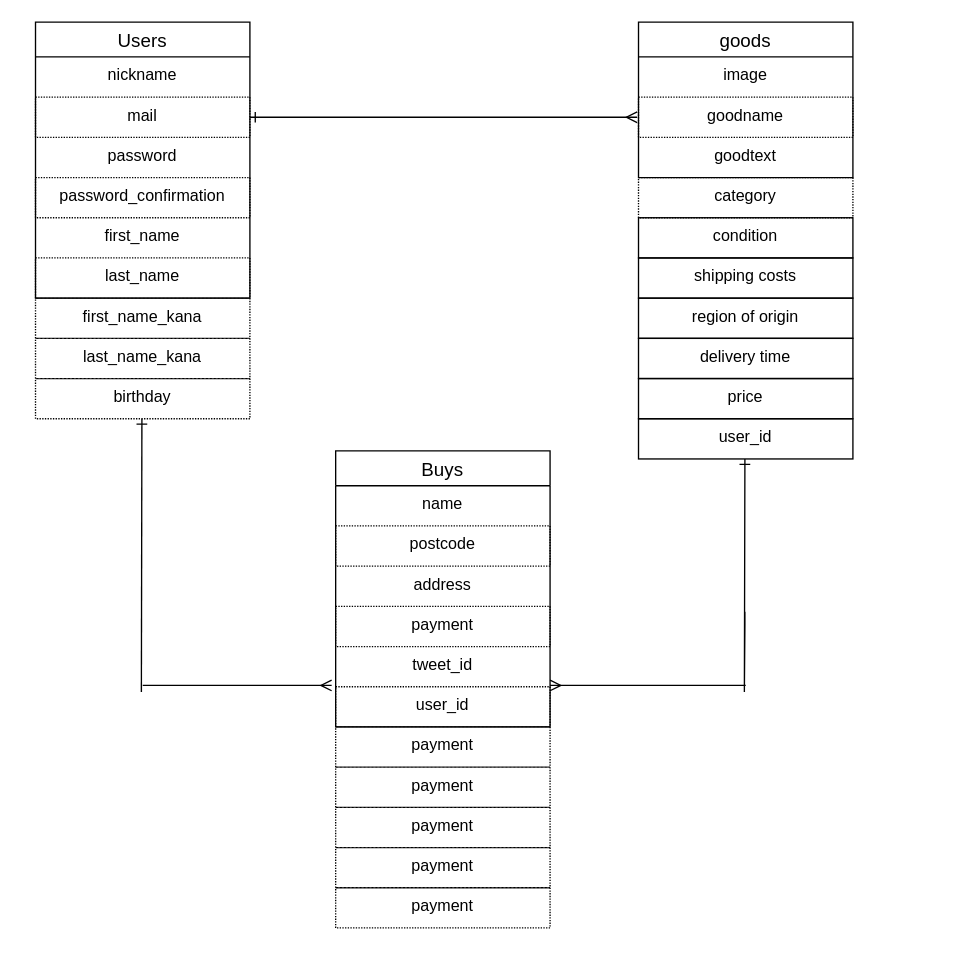
The draw.io diagram er.dio in henataso/furima-41635, before the edit. Source tidied: cells renumbered, new cells numbered last; positions are measured from the earlier drawing's top-left corner, leaving out a move shared by most shapes. Both pictures are drawn from the tidied source at 134%, with x=0, y=0 at pixel (35, 21).
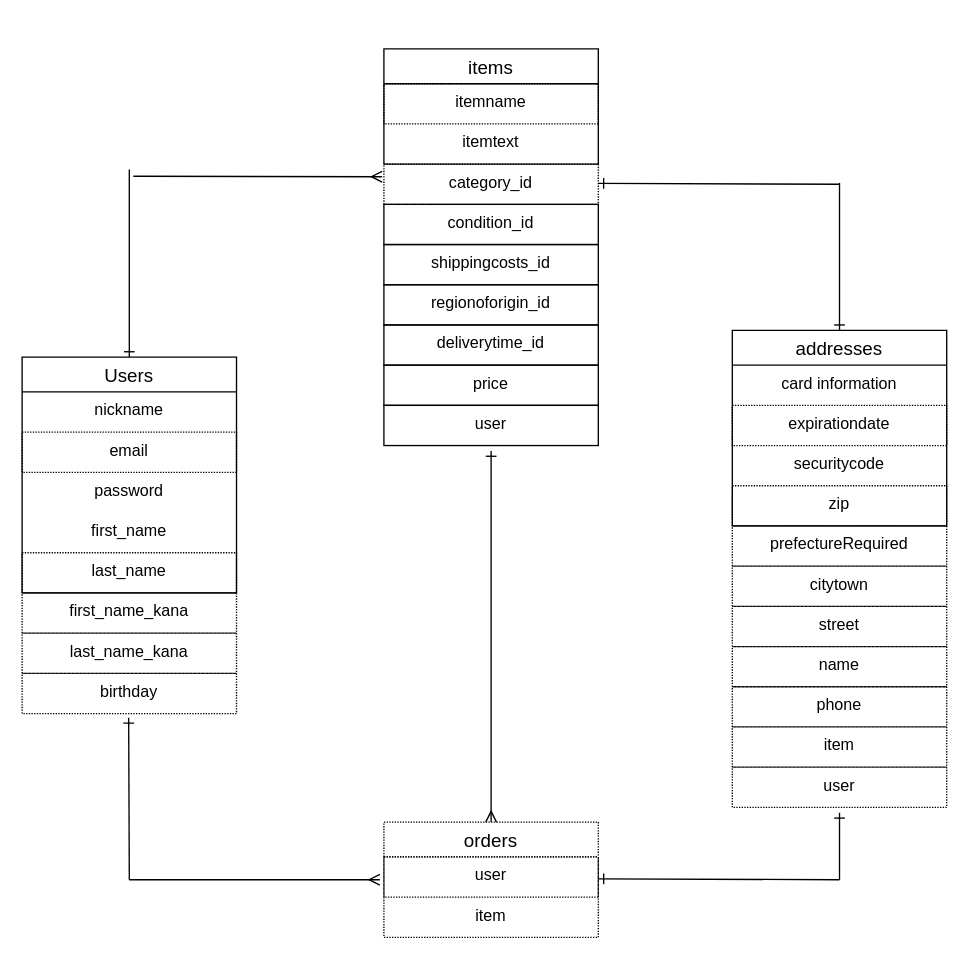
The same page after the edit.

The edit, as a diff of the source:
```diff
@@
-    <mxCell id="2" value="goods" style="swimlane;fontStyle=0;horizontal=1;startSize=26;align=center;fontSize=14;" parent="1" vertex="1">
-      <mxGeometry x="450" width="160" height="116" as="geometry" />
+    <mxCell id="2" value="items" style="swimlane;fontStyle=0;horizontal=1;startSize=26;align=center;fontSize=14;" parent="1" vertex="1">
+      <mxGeometry x="260" y="20" width="160" height="86" as="geometry" />
     </mxCell>
-    <mxCell id="3" value="image" style="text;strokeColor=none;fillColor=none;spacingLeft=4;spacingRight=4;overflow=hidden;fontSize=12;align=center;dashed=1;dashPattern=1 1;" parent="2" vertex="1">
-      <mxGeometry y="26" width="160" height="30" as="geometry" />
-    </mxCell>
-    <mxCell id="4" value="goodname" style="text;strokeColor=default;fillColor=none;spacingLeft=4;spacingRight=4;overflow=hidden;points=[[0,0.5],[1,0.5]];portConstraint=eastwest;fontSize=12;align=center;perimeterSpacing=1;dashed=1;dashPattern=1 1;" parent="2" vertex="1">
-      <mxGeometry y="56" width="160" height="30" as="geometry" />
+    <mxCell id="4" value="itemname" style="text;strokeColor=default;fillColor=none;spacingLeft=4;spacingRight=4;overflow=hidden;points=[[0,0.5],[1,0.5]];portConstraint=eastwest;fontSize=12;align=center;perimeterSpacing=1;dashed=1;dashPattern=1 1;" parent="2" vertex="1">
+      <mxGeometry y="26" width="160" height="30" as="geometry" />
     </mxCell>
-    <mxCell id="5" value="goodtext" style="text;strokeColor=none;fillColor=none;spacingLeft=4;spacingRight=4;overflow=hidden;fontSize=12;align=center;" parent="2" vertex="1">
-      <mxGeometry y="86" width="160" height="30" as="geometry" />
+    <mxCell id="5" value="itemtext" style="text;strokeColor=none;fillColor=none;spacingLeft=4;spacingRight=4;overflow=hidden;fontSize=12;align=center;" parent="2" vertex="1">
+      <mxGeometry y="56" width="160" height="30" as="geometry" />
     </mxCell>
-    <mxCell id="6" value="Buys" style="swimlane;fontStyle=0;horizontal=1;startSize=26;align=center;fontSize=14;" parent="1" vertex="1">
-      <mxGeometry x="224" y="320" width="160" height="206" as="geometry" />
+    <mxCell id="6" value="addresses" style="swimlane;fontStyle=0;horizontal=1;startSize=26;align=center;fontSize=14;" parent="1" vertex="1">
+      <mxGeometry x="520" y="230" width="160" height="146" as="geometry" />
     </mxCell>
-    <mxCell id="7" value="name" style="text;strokeColor=none;fillColor=none;spacingLeft=4;spacingRight=4;overflow=hidden;fontSize=12;align=center;" parent="6" vertex="1">
+    <mxCell id="7" value="card information" style="text;strokeColor=none;fillColor=none;spacingLeft=4;spacingRight=4;overflow=hidden;fontSize=12;align=center;" parent="6" vertex="1">
       <mxGeometry y="26" width="160" height="30" as="geometry" />
     </mxCell>
-    <mxCell id="8" style="endArrow=ERmany;html=1;rounded=0;entryX=-0.019;entryY=0.133;entryDx=0;entryDy=0;entryPerimeter=0;endFill=0;" parent="6" edge="1">
-      <mxGeometry relative="1" as="geometry">
-        <mxPoint x="-144" y="175" as="sourcePoint" />
-        <mxPoint x="-3" y="175" as="targetPoint" />
-      </mxGeometry>
-    </mxCell>
-    <mxCell id="9" value="postcode" style="text;strokeColor=default;fillColor=none;spacingLeft=4;spacingRight=4;overflow=hidden;fontSize=12;align=center;dashed=1;dashPattern=1 1;" parent="6" vertex="1">
+    <mxCell id="9" value="expirationdate" style="text;strokeColor=default;fillColor=none;spacingLeft=4;spacingRight=4;overflow=hidden;fontSize=12;align=center;dashed=1;dashPattern=1 1;" parent="6" vertex="1">
       <mxGeometry y="56" width="160" height="30" as="geometry" />
     </mxCell>
-    <mxCell id="10" value="address" style="text;strokeColor=none;fillColor=none;spacingLeft=4;spacingRight=4;overflow=hidden;fontSize=12;align=center;" parent="6" vertex="1">
+    <mxCell id="10" value="securitycode" style="text;strokeColor=none;fillColor=none;spacingLeft=4;spacingRight=4;overflow=hidden;fontSize=12;align=center;" parent="6" vertex="1">
       <mxGeometry y="86" width="160" height="30" as="geometry" />
     </mxCell>
-    <mxCell id="11" value="payment" style="text;strokeColor=default;fillColor=none;spacingLeft=4;spacingRight=4;overflow=hidden;fontSize=12;align=center;dashed=1;dashPattern=1 1;" parent="6" vertex="1">
+    <mxCell id="11" value="zip" style="text;strokeColor=default;fillColor=none;spacingLeft=4;spacingRight=4;overflow=hidden;fontSize=12;align=center;dashed=1;dashPattern=1 1;" parent="6" vertex="1">
       <mxGeometry y="116" width="160" height="30" as="geometry" />
     </mxCell>
-    <mxCell id="12" value="tweet_id" style="text;strokeColor=none;fillColor=none;spacingLeft=4;spacingRight=4;overflow=hidden;fontSize=12;align=center;dashed=1;dashPattern=1 1;" parent="6" vertex="1">
-      <mxGeometry y="146" width="160" height="30" as="geometry" />
-    </mxCell>
-    <mxCell id="13" value="user_id" style="text;strokeColor=default;fillColor=none;spacingLeft=4;spacingRight=4;overflow=hidden;fontSize=12;align=center;dashed=1;dashPattern=1 1;" parent="6" vertex="1">
-      <mxGeometry y="176" width="160" height="30" as="geometry" />
-    </mxCell>
-    <mxCell id="14" style="edgeStyle=none;html=1;exitX=0.5;exitY=1;exitDx=0;exitDy=0;endArrow=none;endFill=0;startArrow=ERone;startFill=0;" parent="1" edge="1">
+    <mxCell id="14" style="edgeStyle=none;html=1;exitX=0.497;exitY=1.104;exitDx=0;exitDy=0;endArrow=none;endFill=0;startArrow=ERone;startFill=0;exitPerimeter=0;" parent="1" edge="1" source="27">
       <mxGeometry relative="1" as="geometry">
-        <mxPoint x="79.4" y="296" as="sourcePoint" />
-        <mxPoint x="79" y="500" as="targetPoint" />
+        <mxPoint x="70" y="640" as="targetPoint" />
       </mxGeometry>
     </mxCell>
-    <mxCell id="15" style="endArrow=none;html=1;rounded=0;startArrow=ERone;startFill=0;" parent="1" edge="1">
-      <mxGeometry relative="1" as="geometry">
-        <mxPoint x="529.4" y="326" as="sourcePoint" />
-        <mxPoint x="529.4" y="440" as="targetPoint" />
-        <Array as="points">
-          <mxPoint x="529" y="500" />
-          <mxPoint x="529.4" y="450" />
-        </Array>
-      </mxGeometry>
-    </mxCell>
-    <mxCell id="16" style="endArrow=ERmany;html=1;rounded=0;entryX=0;entryY=0.5;entryDx=0;entryDy=0;startArrow=ERone;startFill=0;endFill=0;exitX=1;exitY=0.5;exitDx=0;exitDy=0;" parent="1" edge="1" source="20" target="4">
-      <mxGeometry relative="1" as="geometry" />
+    <mxCell id="16" style="endArrow=ERmany;html=1;rounded=0;startArrow=none;startFill=0;endFill=0;entryX=-0.027;entryY=-0.021;entryDx=0;entryDy=0;entryPerimeter=0;" parent="1" edge="1">
+      <mxGeometry relative="1" as="geometry">
+        <mxPoint x="73" y="115" as="sourcePoint" />
+        <mxPoint x="258.7" y="115.4" as="targetPoint" />
+      </mxGeometry>
     </mxCell>
-    <mxCell id="17" style="endArrow=none;html=1;rounded=0;startArrow=ERmany;startFill=0;" parent="1" edge="1">
+    <mxCell id="17" style="endArrow=none;html=1;rounded=0;startArrow=ERone;startFill=0;" parent="1" edge="1">
       <mxGeometry relative="1" as="geometry">
-        <mxPoint x="384" y="495" as="sourcePoint" />
-        <mxPoint x="530" y="495" as="targetPoint" />
+        <mxPoint x="420" y="639.4" as="sourcePoint" />
+        <mxPoint x="600" y="640" as="targetPoint" />
       </mxGeometry>
     </mxCell>
     <mxCell id="18" value="Users" style="swimlane;fontStyle=0;horizontal=1;startSize=26;align=center;fontSize=14;" parent="1" vertex="1">
-      <mxGeometry width="160" height="206" as="geometry" />
+      <mxGeometry x="-10" y="250" width="160" height="176" as="geometry" />
     </mxCell>
@@
-    <mxCell id="20" value="mail" style="text;strokeColor=default;fillColor=none;spacingLeft=4;spacingRight=4;overflow=hidden;points=[[0,0.5],[1,0.5]];portConstraint=eastwest;fontSize=12;align=center;dashed=1;dashPattern=1 1;" parent="18" vertex="1">
+    <mxCell id="20" value="email" style="text;strokeColor=default;fillColor=none;spacingLeft=4;spacingRight=4;overflow=hidden;points=[[0,0.5],[1,0.5]];portConstraint=eastwest;fontSize=12;align=center;dashed=1;dashPattern=1 1;" parent="18" vertex="1">
       <mxGeometry y="56" width="160" height="30" as="geometry" />
     </mxCell>
@@
-    <mxCell id="22" value="password_confirmation" style="text;strokeColor=default;fillColor=none;spacingLeft=4;spacingRight=4;overflow=hidden;fontSize=12;align=center;dashed=1;dashPattern=1 1;" parent="18" vertex="1">
-      <mxGeometry y="116" width="160" height="30" as="geometry" />
-    </mxCell>
     <mxCell id="23" value="first_name" style="text;strokeColor=none;fillColor=none;spacingLeft=4;spacingRight=4;overflow=hidden;fontSize=12;align=center;dashed=1;dashPattern=1 1;" parent="18" vertex="1">
-      <mxGeometry y="146" width="160" height="30" as="geometry" />
+      <mxGeometry y="116" width="160" height="30" as="geometry" />
     </mxCell>
     <mxCell id="24" value="last_name" style="text;strokeColor=default;fillColor=none;spacingLeft=4;spacingRight=4;overflow=hidden;fontSize=12;align=center;dashed=1;dashPattern=1 1;" parent="18" vertex="1">
-      <mxGeometry y="176" width="160" height="30" as="geometry" />
+      <mxGeometry y="146" width="160" height="30" as="geometry" />
     </mxCell>
     <mxCell id="25" value="first_name_kana" style="text;strokeColor=default;fillColor=none;spacingLeft=4;spacingRight=4;overflow=hidden;fontSize=12;align=center;dashed=1;dashPattern=1 1;" parent="1" vertex="1">
-      <mxGeometry y="206" width="160" height="30" as="geometry" />
+      <mxGeometry x="-10" y="426" width="160" height="30" as="geometry" />
     </mxCell>
     <mxCell id="26" value="last_name_kana" style="text;strokeColor=default;fillColor=none;spacingLeft=4;spacingRight=4;overflow=hidden;fontSize=12;align=center;dashed=1;dashPattern=1 1;" parent="1" vertex="1">
-      <mxGeometry y="236" width="160" height="30" as="geometry" />
+      <mxGeometry x="-10" y="456" width="160" height="30" as="geometry" />
     </mxCell>
     <mxCell id="27" value="birthday" style="text;strokeColor=default;fillColor=none;spacingLeft=4;spacingRight=4;overflow=hidden;points=[[0,0.5],[1,0.5]];portConstraint=eastwest;fontSize=12;align=center;dashed=1;dashPattern=1 1;" parent="1" vertex="1">
-      <mxGeometry y="266" width="160" height="30" as="geometry" />
+      <mxGeometry x="-10" y="486" width="160" height="30" as="geometry" />
     </mxCell>
-    <mxCell id="28" value="category" style="text;strokeColor=default;fillColor=none;spacingLeft=4;spacingRight=4;overflow=hidden;fontSize=12;align=center;dashed=1;dashPattern=1 1;" parent="1" vertex="1">
-      <mxGeometry x="450" y="116" width="160" height="30" as="geometry" />
+    <mxCell id="28" value="category_id" style="text;strokeColor=default;fillColor=none;spacingLeft=4;spacingRight=4;overflow=hidden;fontSize=12;align=center;dashed=1;dashPattern=1 1;" parent="1" vertex="1">
+      <mxGeometry x="260" y="106" width="160" height="30" as="geometry" />
     </mxCell>
-    <mxCell id="29" value="condition" style="text;strokeColor=default;fillColor=none;spacingLeft=4;spacingRight=4;overflow=hidden;fontSize=12;align=center;" parent="1" vertex="1">
-      <mxGeometry x="450" y="146" width="160" height="30" as="geometry" />
+    <mxCell id="29" value="condition_id" style="text;strokeColor=default;fillColor=none;spacingLeft=4;spacingRight=4;overflow=hidden;fontSize=12;align=center;" parent="1" vertex="1">
+      <mxGeometry x="260" y="136" width="160" height="30" as="geometry" />
     </mxCell>
-    <mxCell id="30" value="shipping costs" style="text;strokeColor=default;fillColor=none;spacingLeft=4;spacingRight=4;overflow=hidden;fontSize=12;align=center;" parent="1" vertex="1">
-      <mxGeometry x="450" y="176" width="160" height="30" as="geometry" />
+    <mxCell id="30" value="shippingcosts_id" style="text;strokeColor=default;fillColor=none;spacingLeft=4;spacingRight=4;overflow=hidden;fontSize=12;align=center;" parent="1" vertex="1">
+      <mxGeometry x="260" y="166" width="160" height="30" as="geometry" />
     </mxCell>
-    <mxCell id="31" value="region of origin" style="text;strokeColor=default;fillColor=none;spacingLeft=4;spacingRight=4;overflow=hidden;fontSize=12;align=center;" parent="1" vertex="1">
-      <mxGeometry x="450" y="206" width="160" height="30" as="geometry" />
+    <mxCell id="31" value="regionoforigin_id" style="text;strokeColor=default;fillColor=none;spacingLeft=4;spacingRight=4;overflow=hidden;fontSize=12;align=center;" parent="1" vertex="1">
+      <mxGeometry x="260" y="196" width="160" height="30" as="geometry" />
     </mxCell>
-    <mxCell id="32" value="delivery time" style="text;strokeColor=default;fillColor=none;spacingLeft=4;spacingRight=4;overflow=hidden;fontSize=12;align=center;" parent="1" vertex="1">
-      <mxGeometry x="450" y="236" width="160" height="30" as="geometry" />
+    <mxCell id="32" value="deliverytime_id" style="text;strokeColor=default;fillColor=none;spacingLeft=4;spacingRight=4;overflow=hidden;fontSize=12;align=center;" parent="1" vertex="1">
+      <mxGeometry x="260" y="226" width="160" height="30" as="geometry" />
     </mxCell>
     <mxCell id="33" value="price" style="text;strokeColor=default;fillColor=none;spacingLeft=4;spacingRight=4;overflow=hidden;fontSize=12;align=center;" parent="1" vertex="1">
-      <mxGeometry x="450" y="266" width="160" height="30" as="geometry" />
+      <mxGeometry x="260" y="256" width="160" height="30" as="geometry" />
     </mxCell>
-    <mxCell id="34" value="user_id" style="text;strokeColor=default;fillColor=none;spacingLeft=4;spacingRight=4;overflow=hidden;fontSize=12;align=center;" parent="1" vertex="1">
-      <mxGeometry x="450" y="296" width="160" height="30" as="geometry" />
+    <mxCell id="34" value="user" style="text;strokeColor=default;fillColor=none;spacingLeft=4;spacingRight=4;overflow=hidden;fontSize=12;align=center;" parent="1" vertex="1">
+      <mxGeometry x="260" y="286" width="160" height="30" as="geometry" />
     </mxCell>
-    <mxCell id="35" value="payment" style="text;strokeColor=default;fillColor=none;spacingLeft=4;spacingRight=4;overflow=hidden;fontSize=12;align=center;dashed=1;dashPattern=1 1;" parent="1" vertex="1">
-      <mxGeometry x="224" y="526" width="160" height="30" as="geometry" />
+    <mxCell id="35" value="prefectureRequired" style="text;strokeColor=default;fillColor=none;spacingLeft=4;spacingRight=4;overflow=hidden;fontSize=12;align=center;dashed=1;dashPattern=1 1;" parent="1" vertex="1">
+      <mxGeometry x="520" y="376" width="160" height="30" as="geometry" />
     </mxCell>
-    <mxCell id="36" value="payment" style="text;strokeColor=default;fillColor=none;spacingLeft=4;spacingRight=4;overflow=hidden;fontSize=12;align=center;dashed=1;dashPattern=1 1;" parent="1" vertex="1">
-      <mxGeometry x="224" y="556" width="160" height="30" as="geometry" />
+    <mxCell id="36" value="citytown" style="text;strokeColor=default;fillColor=none;spacingLeft=4;spacingRight=4;overflow=hidden;fontSize=12;align=center;dashed=1;dashPattern=1 1;" parent="1" vertex="1">
+      <mxGeometry x="520" y="406" width="160" height="30" as="geometry" />
     </mxCell>
-    <mxCell id="37" value="payment" style="text;strokeColor=default;fillColor=none;spacingLeft=4;spacingRight=4;overflow=hidden;fontSize=12;align=center;dashed=1;dashPattern=1 1;" parent="1" vertex="1">
-      <mxGeometry x="224" y="586" width="160" height="30" as="geometry" />
+    <mxCell id="37" value="street" style="text;strokeColor=default;fillColor=none;spacingLeft=4;spacingRight=4;overflow=hidden;fontSize=12;align=center;dashed=1;dashPattern=1 1;" parent="1" vertex="1">
+      <mxGeometry x="520" y="436" width="160" height="30" as="geometry" />
     </mxCell>
-    <mxCell id="38" value="payment" style="text;strokeColor=default;fillColor=none;spacingLeft=4;spacingRight=4;overflow=hidden;fontSize=12;align=center;dashed=1;dashPattern=1 1;" parent="1" vertex="1">
-      <mxGeometry x="224" y="616" width="160" height="30" as="geometry" />
+    <mxCell id="38" value="name&#10;" style="text;strokeColor=default;fillColor=none;spacingLeft=4;spacingRight=4;overflow=hidden;fontSize=12;align=center;dashed=1;dashPattern=1 1;" parent="1" vertex="1">
+      <mxGeometry x="520" y="466" width="160" height="30" as="geometry" />
     </mxCell>
-    <mxCell id="39" value="payment" style="text;strokeColor=default;fillColor=none;spacingLeft=4;spacingRight=4;overflow=hidden;fontSize=12;align=center;dashed=1;dashPattern=1 1;" parent="1" vertex="1">
-      <mxGeometry x="224" y="646" width="160" height="30" as="geometry" />
+    <mxCell id="39" value="phone" style="text;strokeColor=default;fillColor=none;spacingLeft=4;spacingRight=4;overflow=hidden;fontSize=12;align=center;dashed=1;dashPattern=1 1;" parent="1" vertex="1">
+      <mxGeometry x="520" y="496" width="160" height="30" as="geometry" />
     </mxCell>
+    <mxCell id="40" value="orders" style="swimlane;fontStyle=0;horizontal=1;startSize=26;align=center;fontSize=14;dashed=1;dashPattern=1 1;strokeColor=default;fillColor=none;" parent="1" vertex="1">
+      <mxGeometry x="260" y="597" width="160" height="86" as="geometry" />
+    </mxCell>
+    <mxCell id="13" value="user" style="text;strokeColor=default;fillColor=none;spacingLeft=4;spacingRight=4;overflow=hidden;fontSize=12;align=center;dashed=1;dashPattern=1 1;" parent="40" vertex="1">
+      <mxGeometry y="26" width="160" height="30" as="geometry" />
+    </mxCell>
+    <mxCell id="12" value="item" style="text;strokeColor=none;fillColor=none;spacingLeft=4;spacingRight=4;overflow=hidden;fontSize=12;align=center;dashed=1;dashPattern=1 1;" parent="40" vertex="1">
+      <mxGeometry y="56" width="160" height="30" as="geometry" />
+    </mxCell>
+    <mxCell id="41" style="edgeStyle=none;html=1;exitX=0.5;exitY=0;exitDx=0;exitDy=0;endArrow=none;endFill=0;startArrow=ERone;startFill=0;" parent="1" edge="1" source="18">
+      <mxGeometry relative="1" as="geometry">
+        <mxPoint x="70" y="110" as="targetPoint" />
+      </mxGeometry>
+    </mxCell>
+    <mxCell id="8" style="endArrow=ERmany;html=1;rounded=0;entryX=-0.019;entryY=0.133;entryDx=0;entryDy=0;entryPerimeter=0;endFill=0;" parent="1" edge="1">
+      <mxGeometry relative="1" as="geometry">
+        <mxPoint x="70" y="640" as="sourcePoint" />
+        <mxPoint x="257" y="640" as="targetPoint" />
+      </mxGeometry>
+    </mxCell>
+    <mxCell id="42" value="item" style="text;strokeColor=default;fillColor=none;spacingLeft=4;spacingRight=4;overflow=hidden;fontSize=12;align=center;dashed=1;dashPattern=1 1;" parent="1" vertex="1">
+      <mxGeometry x="520" y="526" width="160" height="30" as="geometry" />
+    </mxCell>
+    <mxCell id="43" value="user" style="text;strokeColor=default;fillColor=none;spacingLeft=4;spacingRight=4;overflow=hidden;fontSize=12;align=center;dashed=1;dashPattern=1 1;" parent="1" vertex="1">
+      <mxGeometry x="520" y="556" width="160" height="30" as="geometry" />
+    </mxCell>
+    <mxCell id="44" style="endArrow=ERmany;html=1;rounded=0;endFill=0;entryX=0.5;entryY=0;entryDx=0;entryDy=0;startArrow=ERone;startFill=0;" parent="1" edge="1" target="40">
+      <mxGeometry relative="1" as="geometry">
+        <mxPoint x="340" y="320" as="sourcePoint" />
+      </mxGeometry>
+    </mxCell>
+    <mxCell id="45" style="endArrow=ERone;html=1;rounded=0;startArrow=none;startFill=0;endFill=0;" parent="1" edge="1">
+      <mxGeometry relative="1" as="geometry">
+        <mxPoint x="600" y="640" as="sourcePoint" />
+        <mxPoint x="600" y="590" as="targetPoint" />
+      </mxGeometry>
+    </mxCell>
+    <mxCell id="46" style="endArrow=none;html=1;rounded=0;startArrow=ERone;startFill=0;" parent="1" edge="1">
+      <mxGeometry relative="1" as="geometry">
+        <mxPoint x="420" y="120.4" as="sourcePoint" />
+        <mxPoint x="600" y="121" as="targetPoint" />
+      </mxGeometry>
+    </mxCell>
+    <mxCell id="47" style="endArrow=ERone;html=1;rounded=0;startArrow=none;startFill=0;endFill=0;entryX=0.5;entryY=0;entryDx=0;entryDy=0;" parent="1" edge="1" target="6">
+      <mxGeometry relative="1" as="geometry">
+        <mxPoint x="600" y="120" as="sourcePoint" />
+      </mxGeometry>
+    </mxCell>
```
